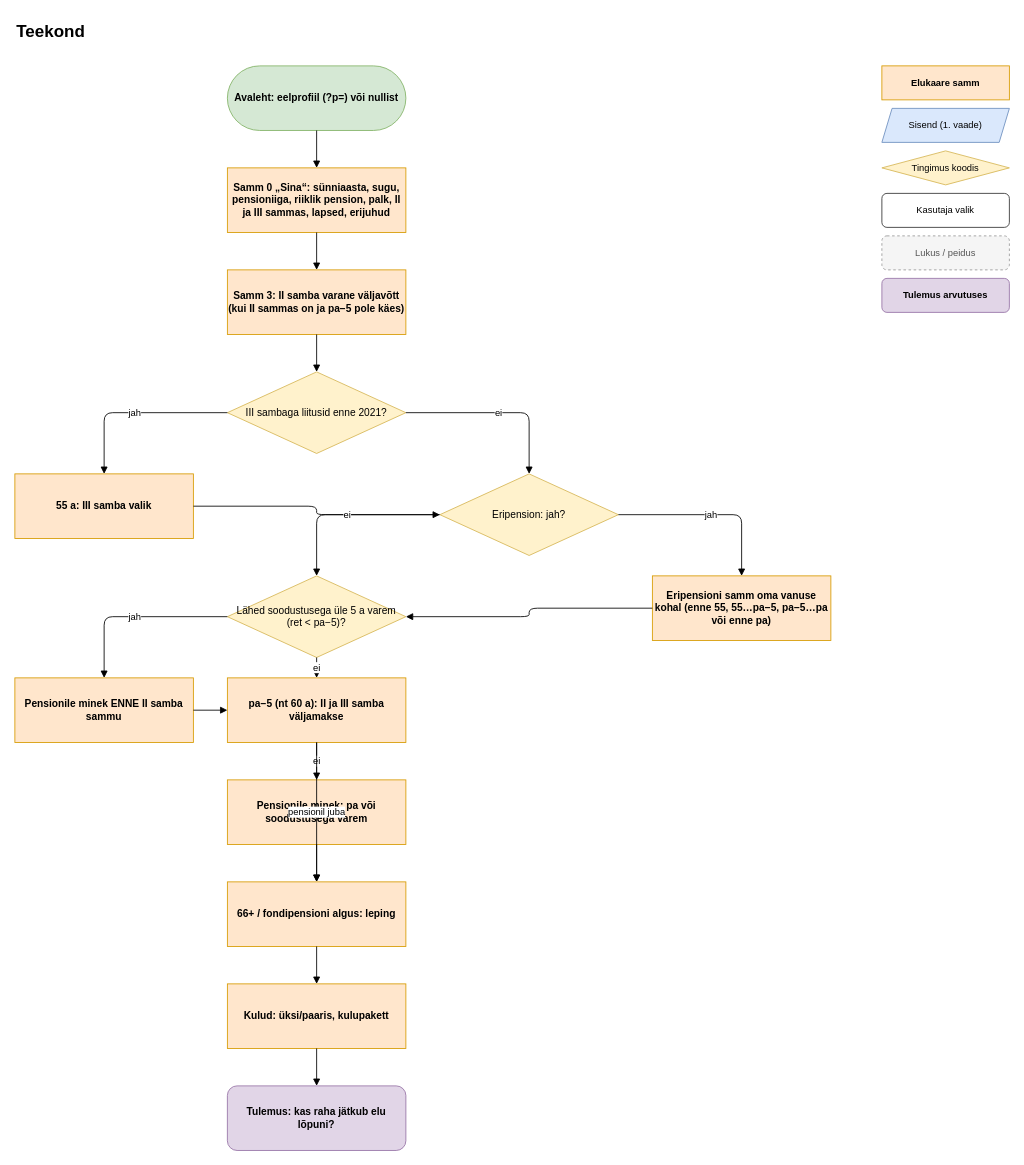
mirxz/tulevane-mina keeps this draw.io diagram as page "1 Teekond" (1 of 7) of docs/elukaar_harud.drawio. Above is the earlier version. Source tidied: cells renumbered, new cells numbered last; positions are measured from the earlier drawing's top-left corner, leaving out a move shared by most shapes. Both pictures are drawn from the tidied source at 85%, with x=0, y=0 at pixel (14, 14).
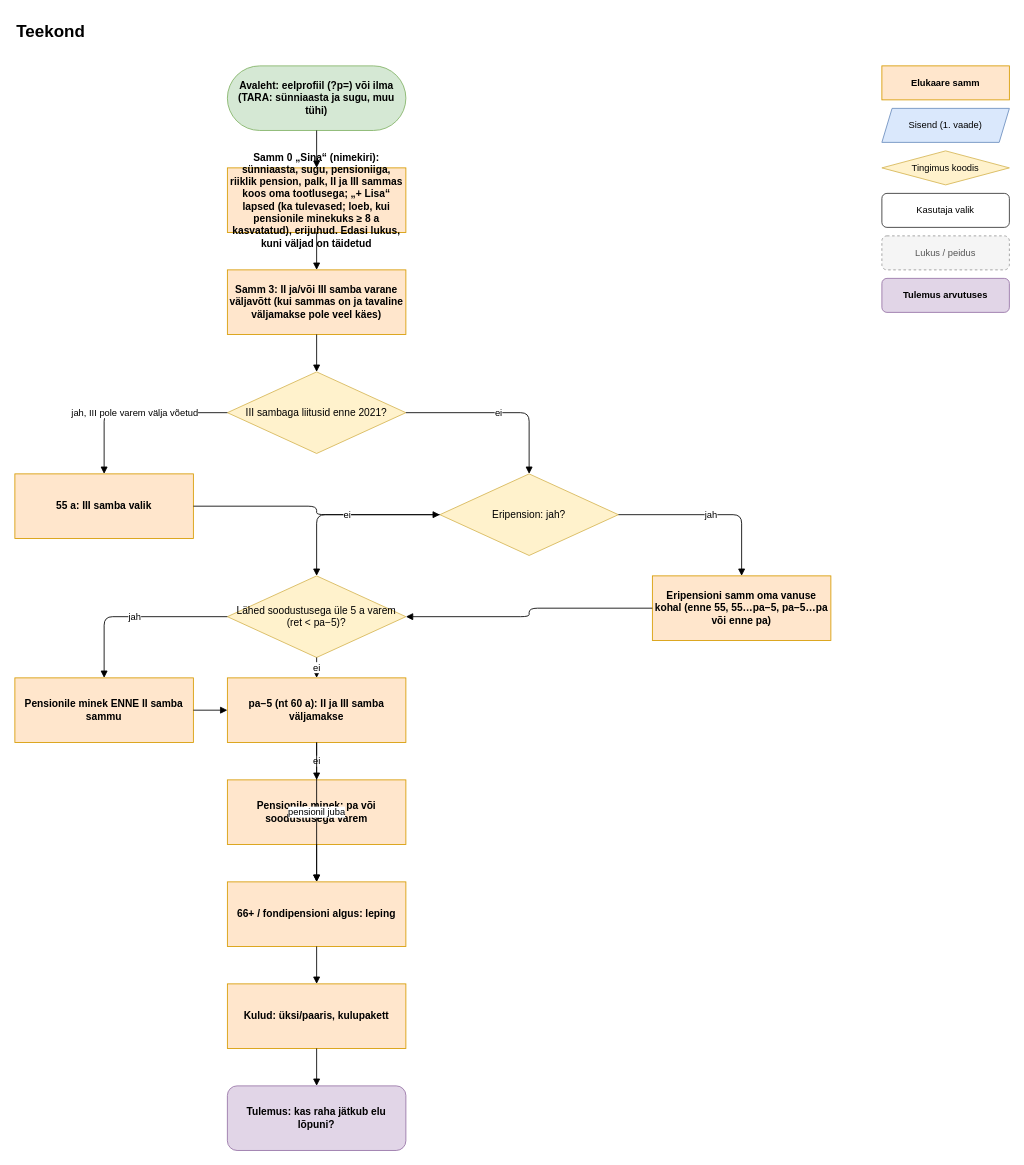
After the change.

Unchanged cells that the change refers to:
```xml
<mxCell id="6" value="III sambaga liitusid enne 2021?" style="rhombus;whiteSpace=wrap;html=1;fillColor=#fff2cc;strokeColor=#d6b656;fontSize=12;" parent="1" vertex="1">
  <mxGeometry x="250" y="420" width="210" height="96" as="geometry" />
</mxCell>
<mxCell id="7" value="55 a: III samba valik" style="rounded=0;whiteSpace=wrap;html=1;fillColor=#ffe6cc;strokeColor=#d79b00;fontStyle=1;fontSize=12;" parent="1" vertex="1">
  <mxGeometry y="540" width="210" height="76" as="geometry" />
</mxCell>
```

Diff of the diagram source:
```diff
@@
-    <mxCell id="3" value="Avaleht: eelprofiil (?p=) või nullist" style="rounded=1;arcSize=50;whiteSpace=wrap;html=1;fillColor=#d5e8d4;strokeColor=#82b366;fontStyle=1;fontSize=12;" parent="1" vertex="1">
+    <mxCell id="3" value="Avaleht: eelprofiil (?p=) või ilma (TARA: sünniaasta ja sugu, muu tühi)" style="rounded=1;arcSize=50;whiteSpace=wrap;html=1;fillColor=#d5e8d4;strokeColor=#82b366;fontStyle=1;fontSize=12;" parent="1" vertex="1">
       <mxGeometry x="250" y="60" width="210" height="76" as="geometry" />
     </mxCell>
-    <mxCell id="4" value="Samm 0 „Sina“: sünniaasta, sugu, pensioniiga, riiklik pension, palk, II ja III sammas, lapsed, erijuhud" style="rounded=0;whiteSpace=wrap;html=1;fillColor=#ffe6cc;strokeColor=#d79b00;fontStyle=1;fontSize=12;" parent="1" vertex="1">
+    <mxCell id="4" value="Samm 0 „Sina“ (nimekiri): sünniaasta, sugu, pensioniiga, riiklik pension, palk, II ja III sammas koos oma tootlusega; „+ Lisa“ lapsed (ka tulevased; loeb, kui pensionile minekuks ≥ 8 a kasvatatud), erijuhud. Edasi lukus, kuni väljad on täidetud" style="rounded=0;whiteSpace=wrap;html=1;fillColor=#ffe6cc;strokeColor=#d79b00;fontStyle=1;fontSize=12;" parent="1" vertex="1">
       <mxGeometry x="250" y="180" width="210" height="76" as="geometry" />
     </mxCell>
-    <mxCell id="5" value="Samm 3: II samba varane väljavõtt (kui II sammas on ja pa−5 pole käes)" style="rounded=0;whiteSpace=wrap;html=1;fillColor=#ffe6cc;strokeColor=#d79b00;fontStyle=1;fontSize=12;" parent="1" vertex="1">
+    <mxCell id="5" value="Samm 3: II ja/või III samba varane väljavõtt (kui sammas on ja tavaline väljamakse pole veel käes)" style="rounded=0;whiteSpace=wrap;html=1;fillColor=#ffe6cc;strokeColor=#d79b00;fontStyle=1;fontSize=12;" parent="1" vertex="1">
       <mxGeometry x="250" y="300" width="210" height="76" as="geometry" />
     </mxCell>
@@
-    <mxCell id="20" value="jah" style="edgeStyle=orthogonalEdgeStyle;rounded=1;html=1;endArrow=block;endFill=1;fontSize=11;labelBackgroundColor=#ffffff;" parent="1" edge="1" source="6" target="7">
+    <mxCell id="20" value="jah, III pole varem välja võetud" style="edgeStyle=orthogonalEdgeStyle;rounded=1;html=1;endArrow=block;endFill=1;fontSize=11;labelBackgroundColor=#ffffff;" parent="1" edge="1" source="6" target="7">
       <mxGeometry relative="1" as="geometry" />
     </mxCell>
```
